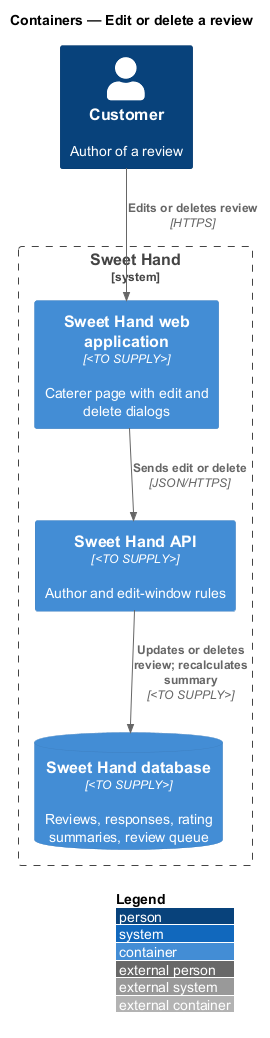
The PlantUML diagram docs/detailed-designs/reviews/edit-or-delete-review/diagrams/c4-container.png in QuinntyneBrown/sweet-hand, before a commit. Its diagram source:
```plantuml
@startuml
!include <C4/C4_Container>
LAYOUT_WITH_LEGEND()
title Containers — Edit or delete a review

Person(customer, "Customer", "Author of a review")
System_Boundary(sweethand, "Sweet Hand") {
  Container(web, "Sweet Hand web application", "<TO SUPPLY>", "Caterer page with edit and delete dialogs")
  Container(api, "Sweet Hand API", "<TO SUPPLY>", "Author and edit-window rules")
  ContainerDb(db, "Sweet Hand database", "<TO SUPPLY>", "Reviews, responses, rating summaries, review queue")
}
Rel(customer, web, "Edits or deletes review", "HTTPS")
Rel(web, api, "Sends edit or delete", "JSON/HTTPS")
Rel(api, db, "Updates or deletes review; recalculates summary", "<TO SUPPLY>")
@enduml
```
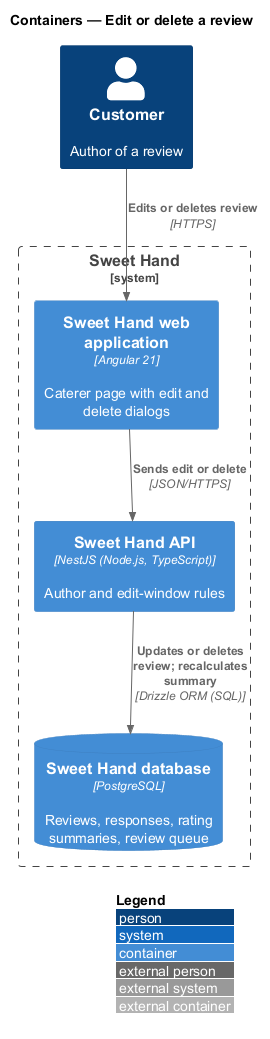
The same file after the commit.

Diff of the diagram source:
```diff
@@ -5,11 +5,11 @@
 
 Person(customer, "Customer", "Author of a review")
 System_Boundary(sweethand, "Sweet Hand") {
-  Container(web, "Sweet Hand web application", "<TO SUPPLY>", "Caterer page with edit and delete dialogs")
-  Container(api, "Sweet Hand API", "<TO SUPPLY>", "Author and edit-window rules")
-  ContainerDb(db, "Sweet Hand database", "<TO SUPPLY>", "Reviews, responses, rating summaries, review queue")
+  Container(web, "Sweet Hand web application", "Angular 21", "Caterer page with edit and delete dialogs")
+  Container(api, "Sweet Hand API", "NestJS (Node.js, TypeScript)", "Author and edit-window rules")
+  ContainerDb(db, "Sweet Hand database", "PostgreSQL", "Reviews, responses, rating summaries, review queue")
 }
 Rel(customer, web, "Edits or deletes review", "HTTPS")
 Rel(web, api, "Sends edit or delete", "JSON/HTTPS")
-Rel(api, db, "Updates or deletes review; recalculates summary", "<TO SUPPLY>")
+Rel(api, db, "Updates or deletes review; recalculates summary", "Drizzle ORM (SQL)")
 @enduml
```
